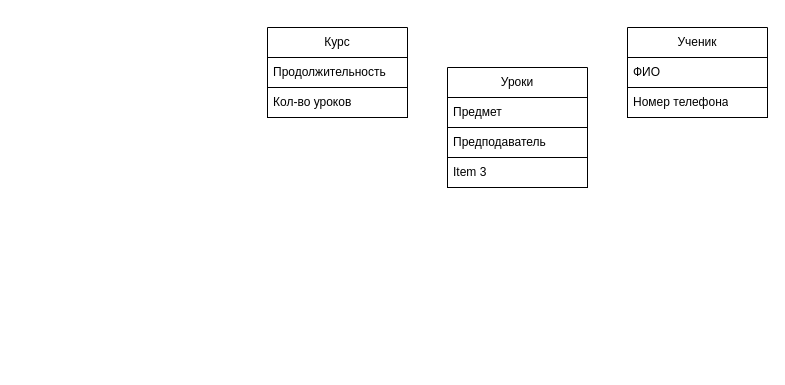
Above: Диаграмма без названия.drawio in BlackPensil/LifeTest (draw.io), before the change. Source tidied: cells renumbered, new cells numbered last; positions are measured from the earlier drawing's top-left corner, leaving out a move shared by most shapes. Both pictures are drawn from the tidied source at 100%, with x=0, y=0 at pixel (267, 27).
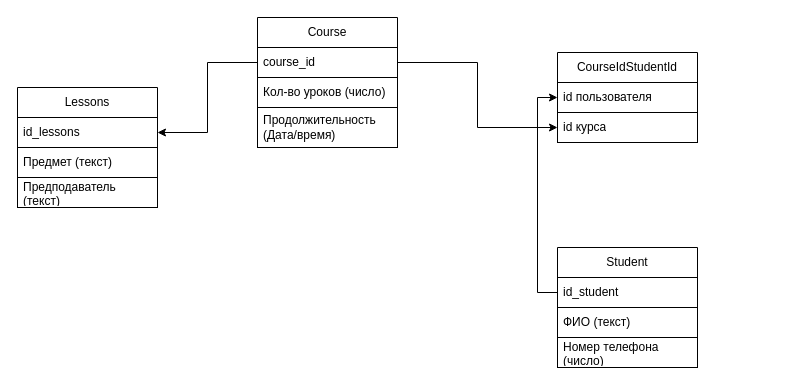
After the change.

Commit message:
Выполненная диаграмма базы данных maximum_education.drawio

The edit, as a diff of the source:
```diff
@@
 <mxGraphModel>
   <root>
     <mxCell id="0" />
     <mxCell id="1" parent="0" />
-    <mxCell id="2" value="Уроки" style="swimlane;fontStyle=0;horizontal=1;startSize=30;whiteSpace=wrap;html=1;" parent="1" vertex="1">
-      <mxGeometry x="180" y="40" width="140" height="120" as="geometry" />
+    <mxCell id="2" value="Lessons" style="swimlane;fontStyle=0;horizontal=1;startSize=30;whiteSpace=wrap;html=1;" parent="1" vertex="1">
+      <mxGeometry x="-250" y="60" width="140" height="120" as="geometry" />
     </mxCell>
+    <mxCell id="12" value="id_lessons" style="text;strokeColor=default;fillColor=none;align=left;verticalAlign=middle;spacingLeft=4;spacingRight=4;overflow=hidden;points=[[0,0.5],[1,0.5]];portConstraint=eastwest;whiteSpace=wrap;html=1;" parent="2" vertex="1">
+      <mxGeometry y="30" width="140" height="30" as="geometry" />
+    </mxCell>
-    <mxCell id="3" value="Предмет" style="text;strokeColor=default;fillColor=none;align=left;verticalAlign=middle;spacingLeft=4;spacingRight=4;overflow=hidden;whiteSpace=wrap;html=1;" parent="2" vertex="1">
-      <mxGeometry y="30" width="140" height="30" as="geometry" />
+    <mxCell id="3" value="Предмет (текст)" style="text;strokeColor=default;fillColor=none;align=left;verticalAlign=middle;spacingLeft=4;spacingRight=4;overflow=hidden;whiteSpace=wrap;html=1;" parent="2" vertex="1">
+      <mxGeometry y="60" width="140" height="30" as="geometry" />
     </mxCell>
-    <mxCell id="4" value="Предподаватель" style="text;strokeColor=default;fillColor=none;align=left;verticalAlign=middle;spacingLeft=4;spacingRight=4;overflow=hidden;whiteSpace=wrap;html=1;shadow=0;" parent="2" vertex="1">
-      <mxGeometry y="60" width="140" height="30" as="geometry" />
+    <mxCell id="4" value="Предподаватель (текст)" style="text;strokeColor=default;fillColor=none;align=left;verticalAlign=middle;spacingLeft=4;spacingRight=4;overflow=hidden;whiteSpace=wrap;html=1;shadow=0;" parent="2" vertex="1">
+      <mxGeometry y="90" width="140" height="30" as="geometry" />
     </mxCell>
-    <mxCell id="5" value="Item 3" style="text;strokeColor=default;fillColor=none;align=left;verticalAlign=middle;spacingLeft=4;spacingRight=4;overflow=hidden;whiteSpace=wrap;html=1;" parent="2" vertex="1">
-      <mxGeometry y="90" width="140" height="30" as="geometry" />
-    </mxCell>
-    <mxCell id="6" value="Ученик" style="swimlane;fontStyle=0;horizontal=1;startSize=30;whiteSpace=wrap;html=1;" parent="1" vertex="1">
-      <mxGeometry x="360" width="140" height="90" as="geometry" />
+    <mxCell id="6" value="Student" style="swimlane;fontStyle=0;horizontal=1;startSize=30;whiteSpace=wrap;html=1;" parent="1" vertex="1">
+      <mxGeometry x="290" y="220" width="140" height="120" as="geometry" />
     </mxCell>
+    <mxCell id="13" value="id_student&amp;nbsp;" style="text;strokeColor=default;fillColor=none;align=left;verticalAlign=middle;spacingLeft=4;spacingRight=4;overflow=hidden;points=[[0,0.5],[1,0.5]];portConstraint=eastwest;whiteSpace=wrap;html=1;" parent="6" vertex="1">
+      <mxGeometry y="30" width="140" height="30" as="geometry" />
+    </mxCell>
-    <mxCell id="7" value="ФИО" style="text;strokeColor=default;fillColor=none;align=left;verticalAlign=middle;spacingLeft=4;spacingRight=4;overflow=hidden;whiteSpace=wrap;html=1;" parent="6" vertex="1">
-      <mxGeometry y="30" width="140" height="30" as="geometry" />
+    <mxCell id="7" value="ФИО (текст)" style="text;strokeColor=default;fillColor=none;align=left;verticalAlign=middle;spacingLeft=4;spacingRight=4;overflow=hidden;whiteSpace=wrap;html=1;" parent="6" vertex="1">
+      <mxGeometry y="60" width="140" height="30" as="geometry" />
     </mxCell>
-    <mxCell id="8" value="Номер телефона" style="text;strokeColor=default;fillColor=none;align=left;verticalAlign=middle;spacingLeft=4;spacingRight=4;overflow=hidden;whiteSpace=wrap;html=1;" parent="6" vertex="1">
-      <mxGeometry y="60" width="140" height="30" as="geometry" />
+    <mxCell id="8" value="Номер телефона (число)" style="text;strokeColor=default;fillColor=none;align=left;verticalAlign=middle;spacingLeft=4;spacingRight=4;overflow=hidden;whiteSpace=wrap;html=1;" parent="6" vertex="1">
+      <mxGeometry y="90" width="140" height="30" as="geometry" />
     </mxCell>
-    <mxCell id="9" value="Курс" style="swimlane;fontStyle=0;horizontal=1;startSize=30;whiteSpace=wrap;html=1;" parent="1" vertex="1">
-      <mxGeometry width="140" height="90" as="geometry" />
+    <mxCell id="9" value="Course" style="swimlane;fontStyle=0;horizontal=1;startSize=30;whiteSpace=wrap;html=1;swimlaneLine=1;" parent="1" vertex="1">
+      <mxGeometry x="-10" y="-10" width="140" height="130" as="geometry" />
     </mxCell>
+    <mxCell id="14" value="course_id&amp;nbsp;" style="text;strokeColor=default;fillColor=none;align=left;verticalAlign=middle;spacingLeft=4;spacingRight=4;overflow=hidden;points=[[0,0.5],[1,0.5]];portConstraint=eastwest;whiteSpace=wrap;html=1;" parent="9" vertex="1">
+      <mxGeometry y="30" width="140" height="30" as="geometry" />
+    </mxCell>
+    <mxCell id="11" value="Кол-во уроков (число)" style="text;strokeColor=default;fillColor=none;align=left;verticalAlign=middle;spacingLeft=4;spacingRight=4;overflow=hidden;whiteSpace=wrap;html=1;" parent="9" vertex="1">
+      <mxGeometry y="60" width="140" height="30" as="geometry" />
+    </mxCell>
-    <mxCell id="10" value="Продолжительность" style="text;strokeColor=default;fillColor=none;align=left;verticalAlign=middle;spacingLeft=4;spacingRight=4;overflow=hidden;whiteSpace=wrap;html=1;" parent="9" vertex="1">
-      <mxGeometry y="30" width="140" height="30" as="geometry" />
+    <mxCell id="10" value="Продолжительность (Дата/время)" style="text;strokeColor=default;fillColor=none;align=left;verticalAlign=middle;spacingLeft=4;spacingRight=4;overflow=hidden;whiteSpace=wrap;html=1;" parent="9" vertex="1">
+      <mxGeometry y="90" width="140" height="40" as="geometry" />
     </mxCell>
-    <mxCell id="11" value="Кол-во уроков" style="text;strokeColor=default;fillColor=none;align=left;verticalAlign=middle;spacingLeft=4;spacingRight=4;overflow=hidden;whiteSpace=wrap;html=1;" parent="9" vertex="1">
-      <mxGeometry y="60" width="140" height="30" as="geometry" />
-    </mxCell>
+    <mxCell id="15" style="edgeStyle=orthogonalEdgeStyle;rounded=0;jettySize=auto;html=1;exitX=0;exitY=0.5;exitDx=0;exitDy=0;entryX=1;entryY=0.5;entryDx=0;entryDy=0;" parent="1" edge="1" source="14" target="12">
+      <mxGeometry relative="1" as="geometry" />
+    </mxCell>
+    <mxCell id="16" value="CourseIdStudentId" style="swimlane;fontStyle=0;horizontal=1;startSize=30;whiteSpace=wrap;html=1;" parent="1" vertex="1">
+      <mxGeometry x="290" y="25" width="140" height="90" as="geometry" />
+    </mxCell>
+    <mxCell id="17" value="id пользователя" style="text;strokeColor=default;fillColor=none;align=left;verticalAlign=middle;spacingLeft=4;spacingRight=4;overflow=hidden;points=[[0,0.5],[1,0.5]];portConstraint=eastwest;whiteSpace=wrap;html=1;" parent="16" vertex="1">
+      <mxGeometry y="30" width="140" height="30" as="geometry" />
+    </mxCell>
+    <mxCell id="18" value="id курса" style="text;strokeColor=default;fillColor=none;align=left;verticalAlign=middle;spacingLeft=4;spacingRight=4;overflow=hidden;points=[[0,0.5],[1,0.5]];portConstraint=eastwest;whiteSpace=wrap;html=1;" parent="16" vertex="1">
+      <mxGeometry y="60" width="140" height="30" as="geometry" />
+    </mxCell>
+    <mxCell id="19" style="edgeStyle=orthogonalEdgeStyle;rounded=0;jettySize=auto;html=1;exitX=0;exitY=0.5;exitDx=0;exitDy=0;entryX=0;entryY=0.5;entryDx=0;entryDy=0;" parent="1" edge="1" source="13" target="17">
+      <mxGeometry relative="1" as="geometry" />
+    </mxCell>
+    <mxCell id="20" style="edgeStyle=orthogonalEdgeStyle;rounded=0;jettySize=auto;html=1;exitX=1;exitY=0.5;exitDx=0;exitDy=0;entryX=0;entryY=0.5;entryDx=0;entryDy=0;" parent="1" edge="1" source="14" target="18">
+      <mxGeometry relative="1" as="geometry" />
+    </mxCell>
   </root>
 </mxGraphModel>
```
